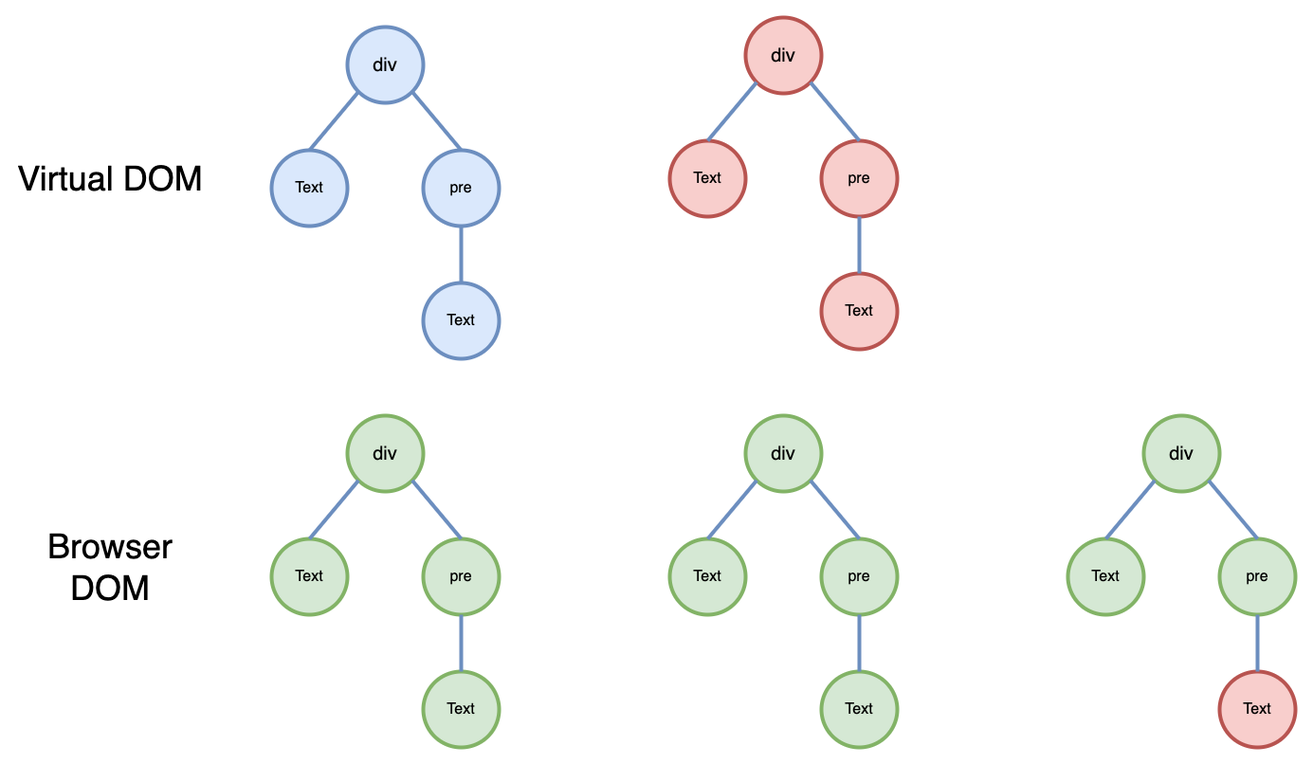
Before: src/assets/reconciliation.png, a diagram exported from draw.io (marconi1992/preact-redux-performance). Source tidied: cells renumbered, new cells last; positions are measured from the earlier drawing's top-left corner, leaving out a move shared by most shapes.
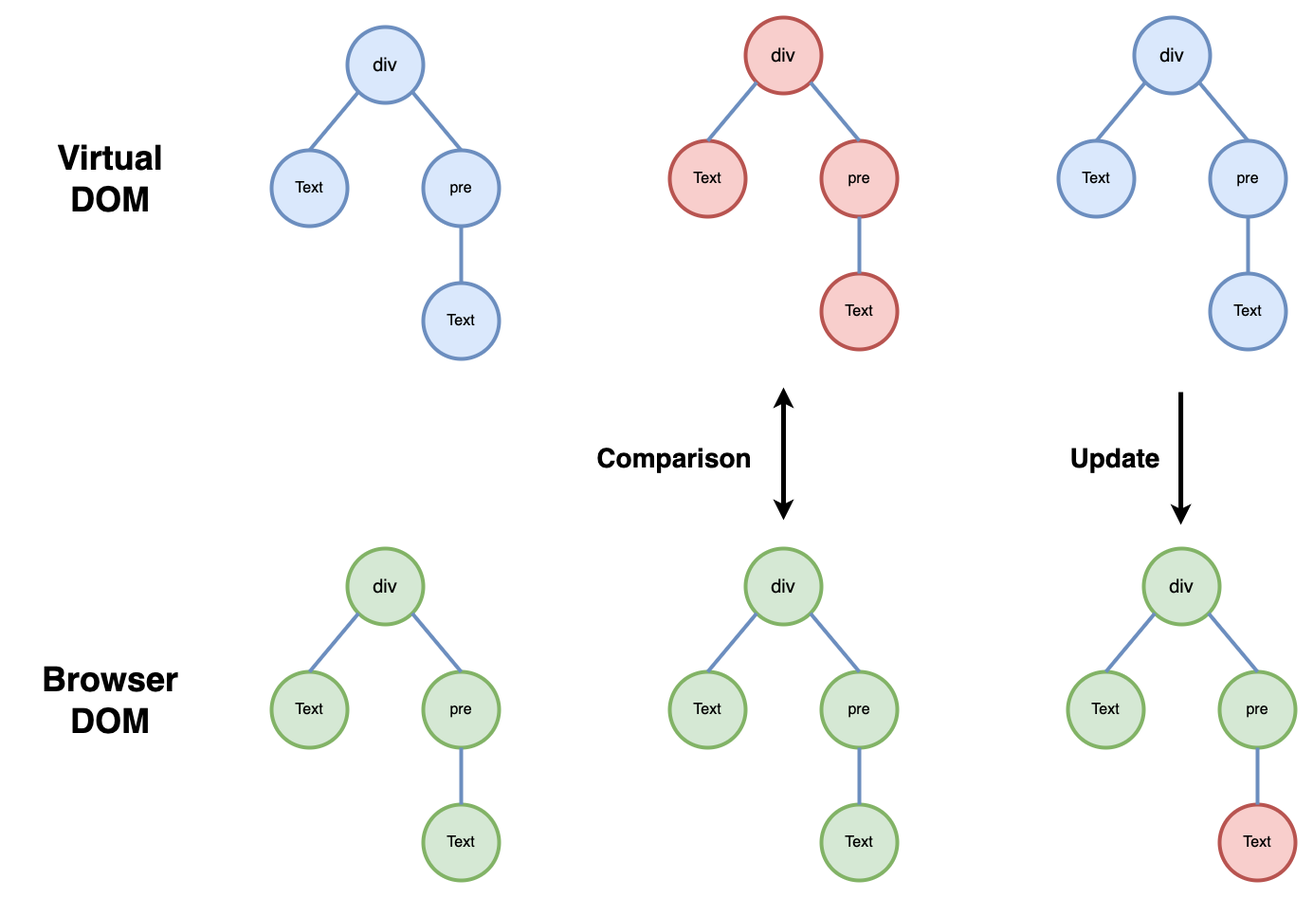
After the commit.

Diff of the diagram source:
```diff
@@ -3,7 +3,7 @@
     <mxCell id="0" />
     <mxCell id="1" parent="0" />
     <mxCell id="2" style="group;" parent="1" vertex="1">
-      <mxGeometry x="270" y="10" width="240" height="320" as="geometry" />
+      <mxGeometry x="270" y="-130" width="240" height="320" as="geometry" />
     </mxCell>
     <mxCell id="3" value="&lt;font style=&quot;font-size: 20px;&quot;&gt;div&lt;/font&gt;" style="ellipse;whiteSpace=wrap;html=1;fillColor=#dae8fc;strokeColor=#6c8ebf;strokeWidth=4;" parent="2" vertex="1">
       <mxGeometry x="80" width="80" height="80" as="geometry" />
@@ -27,7 +27,7 @@
       <mxGeometry relative="1" as="geometry" />
     </mxCell>
     <mxCell id="10" style="group;" parent="1" vertex="1">
-      <mxGeometry x="690" width="240" height="320" as="geometry" />
+      <mxGeometry x="690" y="-140" width="240" height="320" as="geometry" />
     </mxCell>
     <mxCell id="11" value="&lt;font style=&quot;font-size: 20px;&quot;&gt;div&lt;/font&gt;" style="ellipse;whiteSpace=wrap;html=1;fillColor=#f8cecc;strokeColor=#b85450;strokeWidth=4;" parent="10" vertex="1">
       <mxGeometry x="80" width="80" height="80" as="geometry" />
@@ -50,8 +50,8 @@
     <mxCell id="17" style="edgeStyle=none;rounded=0;jettySize=auto;html=1;exitX=0.5;exitY=1;exitDx=0;exitDy=0;entryX=0.5;entryY=0;entryDx=0;entryDy=0;fontSize=16;endArrow=none;endFill=0;fillColor=#dae8fc;strokeColor=#6c8ebf;strokeWidth=4;" parent="10" edge="1" source="14" target="16">
       <mxGeometry relative="1" as="geometry" />
     </mxCell>
-    <mxCell id="18" value="&lt;font style=&quot;font-size: 36px;&quot;&gt;Virtual DOM&lt;/font&gt;" style="text;html=1;strokeColor=none;fillColor=none;align=center;verticalAlign=middle;whiteSpace=wrap;rounded=0;fontSize=16;" parent="1" vertex="1">
-      <mxGeometry y="155" width="200" height="30" as="geometry" />
+    <mxCell id="18" value="&lt;font style=&quot;font-size: 36px;&quot;&gt;Virtual DOM&lt;/font&gt;" style="text;html=1;strokeColor=none;fillColor=none;align=center;verticalAlign=middle;whiteSpace=wrap;rounded=0;fontSize=16;fontStyle=1;" parent="1" vertex="1">
+      <mxGeometry y="15" width="200" height="30" as="geometry" />
     </mxCell>
     <mxCell id="19" style="group;" parent="1" vertex="1">
       <mxGeometry x="270" y="420" width="240" height="320" as="geometry" />
@@ -101,7 +101,7 @@
     <mxCell id="34" style="edgeStyle=none;rounded=0;jettySize=auto;html=1;exitX=0.5;exitY=1;exitDx=0;exitDy=0;entryX=0.5;entryY=0;entryDx=0;entryDy=0;fontSize=16;endArrow=none;endFill=0;fillColor=#dae8fc;strokeColor=#6c8ebf;strokeWidth=4;" parent="27" edge="1" source="31" target="33">
       <mxGeometry relative="1" as="geometry" />
     </mxCell>
-    <mxCell id="35" value="&lt;font style=&quot;font-size: 36px;&quot;&gt;Browser DOM&lt;/font&gt;" style="text;html=1;strokeColor=none;fillColor=none;align=center;verticalAlign=middle;whiteSpace=wrap;rounded=0;fontSize=16;" parent="1" vertex="1">
+    <mxCell id="35" value="&lt;font style=&quot;font-size: 36px;&quot;&gt;Browser DOM&lt;/font&gt;" style="text;html=1;strokeColor=none;fillColor=none;align=center;verticalAlign=middle;whiteSpace=wrap;rounded=0;fontSize=16;fontStyle=1;" parent="1" vertex="1">
       <mxGeometry y="565" width="200" height="30" as="geometry" />
     </mxCell>
     <mxCell id="36" style="group;" parent="1" vertex="1">
@@ -128,5 +128,47 @@
     <mxCell id="43" style="edgeStyle=none;rounded=0;jettySize=auto;html=1;exitX=0.5;exitY=1;exitDx=0;exitDy=0;entryX=0.5;entryY=0;entryDx=0;entryDy=0;fontSize=16;endArrow=none;endFill=0;fillColor=#dae8fc;strokeColor=#6c8ebf;strokeWidth=4;" parent="36" edge="1" source="40" target="42">
       <mxGeometry relative="1" as="geometry" />
     </mxCell>
+    <mxCell id="44" style="endArrow=classic;startArrow=classic;html=1;rounded=0;strokeWidth=5;" parent="1" edge="1">
+      <mxGeometry relative="1" as="geometry">
+        <mxPoint x="810" y="390" as="sourcePoint" />
+        <mxPoint x="810" y="250" as="targetPoint" />
+      </mxGeometry>
+    </mxCell>
+    <mxCell id="45" value="&lt;span style=&quot;font-size: 28px;&quot;&gt;Comparison&lt;/span&gt;" style="text;html=1;strokeColor=none;fillColor=none;align=center;verticalAlign=middle;whiteSpace=wrap;rounded=0;fontSize=16;fontStyle=1;" parent="1" vertex="1">
+      <mxGeometry x="595" y="310" width="200" height="30" as="geometry" />
+    </mxCell>
+    <mxCell id="46" value="&lt;span style=&quot;font-size: 28px;&quot;&gt;Update&lt;/span&gt;" style="text;html=1;strokeColor=none;fillColor=none;align=center;verticalAlign=middle;whiteSpace=wrap;rounded=0;fontSize=16;fontStyle=1;" parent="1" vertex="1">
+      <mxGeometry x="1060" y="310" width="200" height="30" as="geometry" />
+    </mxCell>
+    <mxCell id="47" style="endArrow=none;startArrow=classic;html=1;rounded=0;strokeWidth=5;endFill=0;" parent="1" edge="1">
+      <mxGeometry relative="1" as="geometry">
+        <mxPoint x="1229.1" y="395" as="sourcePoint" />
+        <mxPoint x="1229.1" y="255" as="targetPoint" />
+      </mxGeometry>
+    </mxCell>
+    <mxCell id="48" style="group;" parent="1" vertex="1">
+      <mxGeometry x="1100" y="-140" width="240" height="320" as="geometry" />
+    </mxCell>
+    <mxCell id="49" value="&lt;font style=&quot;font-size: 20px;&quot;&gt;div&lt;/font&gt;" style="ellipse;whiteSpace=wrap;html=1;fillColor=#dae8fc;strokeColor=#6c8ebf;strokeWidth=4;" parent="48" vertex="1">
+      <mxGeometry x="80" width="80" height="80" as="geometry" />
+    </mxCell>
+    <mxCell id="50" value="&lt;font style=&quot;font-size: 16px;&quot;&gt;Text&lt;/font&gt;" style="ellipse;whiteSpace=wrap;html=1;fillColor=#dae8fc;strokeColor=#6c8ebf;strokeWidth=4;" parent="48" vertex="1">
+      <mxGeometry y="130" width="80" height="80" as="geometry" />
+    </mxCell>
+    <mxCell id="51" style="edgeStyle=none;rounded=0;jettySize=auto;html=1;exitX=0;exitY=1;exitDx=0;exitDy=0;entryX=0.5;entryY=0;entryDx=0;entryDy=0;fontSize=16;endArrow=none;endFill=0;fillColor=#dae8fc;strokeColor=#6c8ebf;strokeWidth=4;" parent="48" edge="1" source="49" target="50">
+      <mxGeometry relative="1" as="geometry" />
+    </mxCell>
+    <mxCell id="52" value="&lt;font style=&quot;font-size: 16px;&quot;&gt;pre&lt;/font&gt;" style="ellipse;whiteSpace=wrap;html=1;fillColor=#dae8fc;strokeColor=#6c8ebf;strokeWidth=4;" parent="48" vertex="1">
+      <mxGeometry x="160" y="130" width="80" height="80" as="geometry" />
+    </mxCell>
+    <mxCell id="53" style="edgeStyle=none;rounded=0;jettySize=auto;html=1;exitX=1;exitY=1;exitDx=0;exitDy=0;entryX=0.5;entryY=0;entryDx=0;entryDy=0;fontSize=16;endArrow=none;endFill=0;fillColor=#dae8fc;strokeColor=#6c8ebf;strokeWidth=4;" parent="48" edge="1" source="49" target="52">
+      <mxGeometry relative="1" as="geometry" />
+    </mxCell>
+    <mxCell id="54" value="&lt;font style=&quot;font-size: 16px;&quot;&gt;Text&lt;/font&gt;" style="ellipse;whiteSpace=wrap;html=1;fillColor=#dae8fc;strokeColor=#6c8ebf;strokeWidth=4;" parent="48" vertex="1">
+      <mxGeometry x="160" y="270" width="80" height="80" as="geometry" />
+    </mxCell>
+    <mxCell id="55" style="edgeStyle=none;rounded=0;jettySize=auto;html=1;exitX=0.5;exitY=1;exitDx=0;exitDy=0;entryX=0.5;entryY=0;entryDx=0;entryDy=0;fontSize=16;endArrow=none;endFill=0;fillColor=#dae8fc;strokeColor=#6c8ebf;strokeWidth=4;" parent="48" edge="1" source="52" target="54">
+      <mxGeometry relative="1" as="geometry" />
+    </mxCell>
   </root>
 </mxGraphModel>
```
